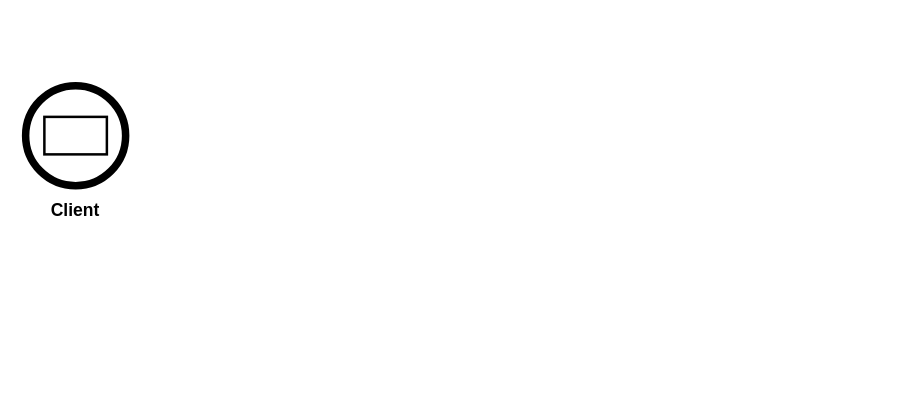
This is distributed-access-mgmt-patterns-identity-service.drawio from kayaman/diagrams, a draw.io file, before an edit. Source tidied: cells renumbered, new cells numbered last; positions are measured from the earlier drawing's top-left corner, leaving out a move shared by most shapes. Both pictures are drawn from the tidied source at 125%, with x=0, y=0 at pixel (25, 85).
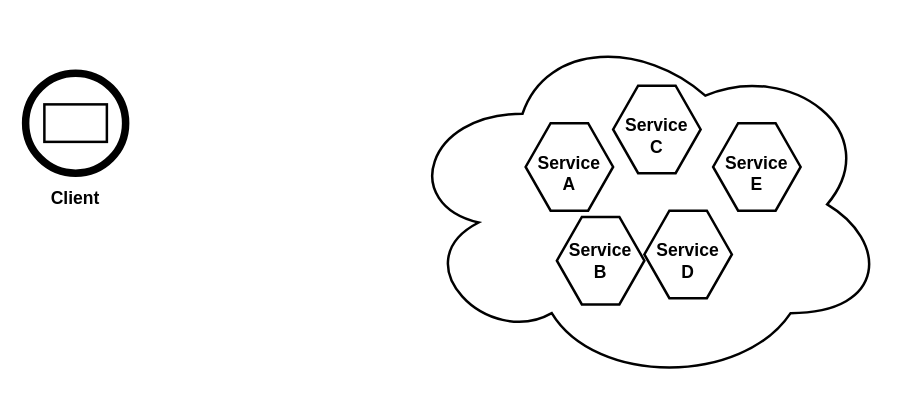
The same diagram, later.

The edit, as a diff of the source:
```diff
@@
+    <mxCell id="5" style="group;" parent="1" vertex="1">
+      <mxGeometry y="-10" width="80" height="110" as="geometry" />
+    </mxCell>
-    <mxCell id="2" style="ellipse;whiteSpace=wrap;html=1;strokeWidth=6;" parent="1" vertex="1">
+    <mxCell id="2" style="ellipse;whiteSpace=wrap;html=1;strokeWidth=6;" parent="5" vertex="1">
       <mxGeometry width="80" height="80" as="geometry" />
     </mxCell>
-    <mxCell id="3" style="rounded=0;whiteSpace=wrap;html=1;strokeWidth=2;" parent="1" vertex="1">
+    <mxCell id="3" style="rounded=0;whiteSpace=wrap;html=1;strokeWidth=2;" parent="5" vertex="1">
       <mxGeometry x="15" y="25" width="50" height="30" as="geometry" />
     </mxCell>
-    <mxCell id="4" value="&lt;font style=&quot;font-size: 14px&quot;&gt;&lt;b&gt;Client&lt;/b&gt;&lt;/font&gt;" style="text;html=1;strokeColor=none;fillColor=none;align=center;verticalAlign=middle;whiteSpace=wrap;rounded=0;" parent="1" vertex="1">
+    <mxCell id="4" value="&lt;font style=&quot;font-size: 14px&quot;&gt;&lt;b&gt;Client&lt;/b&gt;&lt;/font&gt;" style="text;html=1;strokeColor=none;fillColor=none;align=center;verticalAlign=middle;whiteSpace=wrap;rounded=0;" parent="5" vertex="1">
       <mxGeometry x="20" y="90" width="40" height="20" as="geometry" />
     </mxCell>
+    <mxCell id="6" style="ellipse;shape=cloud;whiteSpace=wrap;html=1;strokeWidth=2;" parent="1" vertex="1">
+      <mxGeometry x="300" y="-50" width="390" height="290" as="geometry" />
+    </mxCell>
+    <mxCell id="7" style="group;" parent="1" vertex="1">
+      <mxGeometry x="400" y="30" width="70" height="70" as="geometry" />
+    </mxCell>
+    <mxCell id="8" style="shape=hexagon;perimeter=hexagonPerimeter2;whiteSpace=wrap;html=1;fixedSize=1;strokeWidth=2;" parent="7" vertex="1">
+      <mxGeometry width="70" height="70" as="geometry" />
+    </mxCell>
+    <mxCell id="9" value="&lt;font style=&quot;font-size: 14px&quot;&gt;&lt;b&gt;Service&lt;br&gt;A&lt;/b&gt;&lt;/font&gt;" style="text;html=1;strokeColor=none;fillColor=none;align=center;verticalAlign=middle;whiteSpace=wrap;rounded=0;" parent="7" vertex="1">
+      <mxGeometry x="15" y="30" width="40" height="20" as="geometry" />
+    </mxCell>
+    <mxCell id="10" style="group;" parent="1" vertex="1">
+      <mxGeometry x="425" y="105" width="70" height="70" as="geometry" />
+    </mxCell>
+    <mxCell id="11" style="shape=hexagon;perimeter=hexagonPerimeter2;whiteSpace=wrap;html=1;fixedSize=1;strokeWidth=2;" parent="10" vertex="1">
+      <mxGeometry width="70" height="70" as="geometry" />
+    </mxCell>
+    <mxCell id="12" value="&lt;font style=&quot;font-size: 14px&quot;&gt;&lt;b&gt;Service&lt;br&gt;B&lt;/b&gt;&lt;/font&gt;" style="text;html=1;strokeColor=none;fillColor=none;align=center;verticalAlign=middle;whiteSpace=wrap;rounded=0;" parent="10" vertex="1">
+      <mxGeometry x="15" y="25" width="40" height="20" as="geometry" />
+    </mxCell>
+    <mxCell id="13" style="group;" parent="1" vertex="1">
+      <mxGeometry x="495" y="100" width="70" height="70" as="geometry" />
+    </mxCell>
+    <mxCell id="14" style="shape=hexagon;perimeter=hexagonPerimeter2;whiteSpace=wrap;html=1;fixedSize=1;strokeWidth=2;" parent="13" vertex="1">
+      <mxGeometry width="70" height="70" as="geometry" />
+    </mxCell>
+    <mxCell id="15" value="&lt;font style=&quot;font-size: 14px&quot;&gt;&lt;b&gt;Service&lt;br&gt;D&lt;br&gt;&lt;/b&gt;&lt;/font&gt;" style="text;html=1;strokeColor=none;fillColor=none;align=center;verticalAlign=middle;whiteSpace=wrap;rounded=0;" parent="13" vertex="1">
+      <mxGeometry x="15" y="30" width="40" height="20" as="geometry" />
+    </mxCell>
+    <mxCell id="16" style="group;" parent="1" vertex="1">
+      <mxGeometry x="470" width="70" height="70" as="geometry" />
+    </mxCell>
+    <mxCell id="17" style="shape=hexagon;perimeter=hexagonPerimeter2;whiteSpace=wrap;html=1;fixedSize=1;strokeWidth=2;" parent="16" vertex="1">
+      <mxGeometry width="70" height="70" as="geometry" />
+    </mxCell>
+    <mxCell id="18" value="&lt;font style=&quot;font-size: 14px&quot;&gt;&lt;b&gt;Service&lt;br&gt;C&lt;/b&gt;&lt;/font&gt;" style="text;html=1;strokeColor=none;fillColor=none;align=center;verticalAlign=middle;whiteSpace=wrap;rounded=0;" parent="16" vertex="1">
+      <mxGeometry x="15" y="30" width="40" height="20" as="geometry" />
+    </mxCell>
+    <mxCell id="19" style="group;" parent="1" vertex="1">
+      <mxGeometry x="550" y="30" width="70" height="70" as="geometry" />
+    </mxCell>
+    <mxCell id="20" style="shape=hexagon;perimeter=hexagonPerimeter2;whiteSpace=wrap;html=1;fixedSize=1;strokeWidth=2;" parent="19" vertex="1">
+      <mxGeometry width="70" height="70" as="geometry" />
+    </mxCell>
+    <mxCell id="21" value="&lt;font style=&quot;font-size: 14px&quot;&gt;&lt;b&gt;Service&lt;br&gt;E&lt;/b&gt;&lt;/font&gt;" style="text;html=1;strokeColor=none;fillColor=none;align=center;verticalAlign=middle;whiteSpace=wrap;rounded=0;" parent="19" vertex="1">
+      <mxGeometry x="15" y="30" width="40" height="20" as="geometry" />
+    </mxCell>
```
